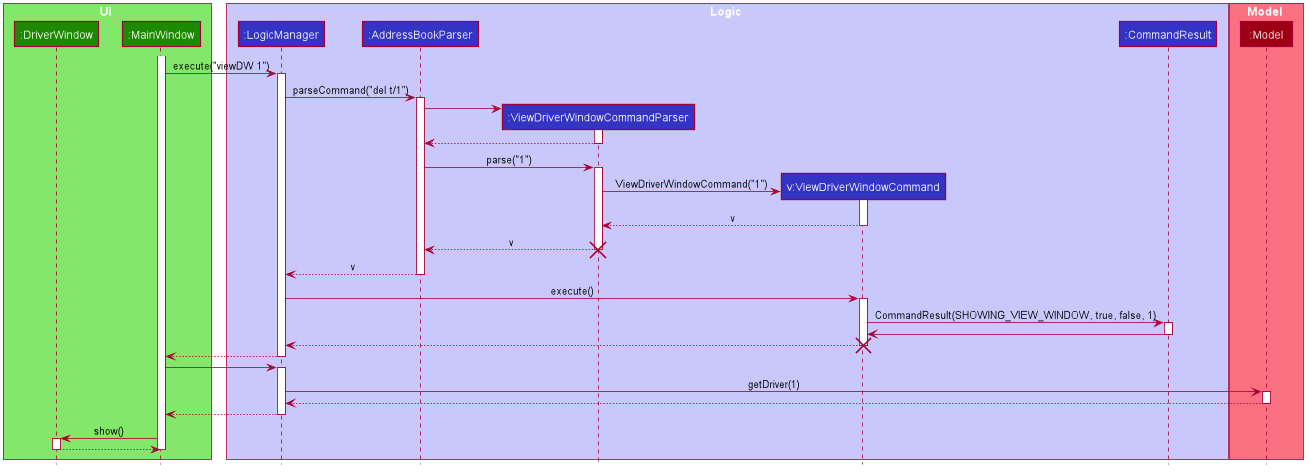
Above: docs/images/ViewDriverWindowSequenceDiagram.png in AY1920S1-CS2103-F14-4/main (PlantUML), before the change.
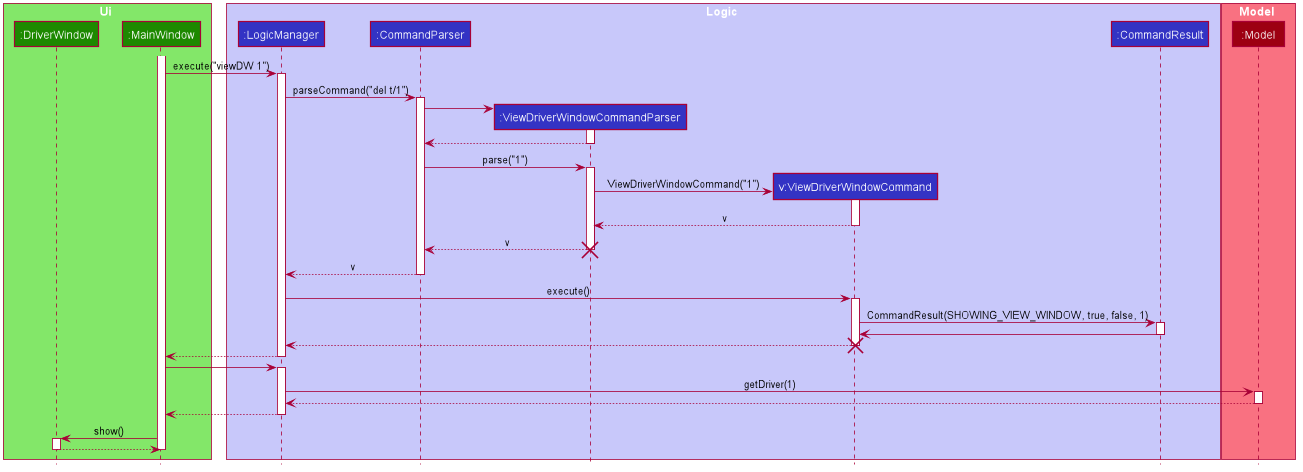
Later version of the same file.

Change to the diagram source:
```diff
@@ -58,7 +58,7 @@
 
 box Logic #C8C8FA
 participant ":LogicManager" as LogicManager #3333C4
-participant ":AddressBookParser" as AddressBookParser #3333C4
+participant ":CommandParser" as CommandParser #3333C4
 participant ":ViewDriverWindowCommandParser" as ViewDriverWindowCommandParser #3333C4
 participant "v:ViewDriverWindowCommand" as ViewDriverWindowCommand #3333C4
 participant ":CommandResult" as CommandResult #3333C4
@@ -72,17 +72,17 @@
 MainWindow -> LogicManager : execute("viewDW 1")
 activate LogicManager
 
-LogicManager -> AddressBookParser : parseCommand("del t/1")
-activate AddressBookParser
+LogicManager -> CommandParser : parseCommand("del t/1")
+activate CommandParser
 
 create ViewDriverWindowCommandParser
-AddressBookParser -> ViewDriverWindowCommandParser
+CommandParser -> ViewDriverWindowCommandParser
 activate ViewDriverWindowCommandParser
 
-ViewDriverWindowCommandParser --> AddressBookParser
+ViewDriverWindowCommandParser --> CommandParser
 deactivate ViewDriverWindowCommandParser
 
-AddressBookParser -> ViewDriverWindowCommandParser : parse("1")
+CommandParser -> ViewDriverWindowCommandParser : parse("1")
 activate ViewDriverWindowCommandParser
 
 create ViewDriverWindowCommand
@@ -92,11 +92,11 @@
 ViewDriverWindowCommand --> ViewDriverWindowCommandParser: v
 deactivate ViewDriverWindowCommand
 
-ViewDriverWindowCommandParser --> AddressBookParser : v
+ViewDriverWindowCommandParser --> CommandParser : v
 destroy ViewDriverWindowCommandParser
 
-AddressBookParser --> LogicManager : v
-deactivate AddressBookParser
+CommandParser --> LogicManager : v
+deactivate CommandParser
 
 LogicManager -> ViewDriverWindowCommand : execute()
 activate ViewDriverWindowCommand
```
